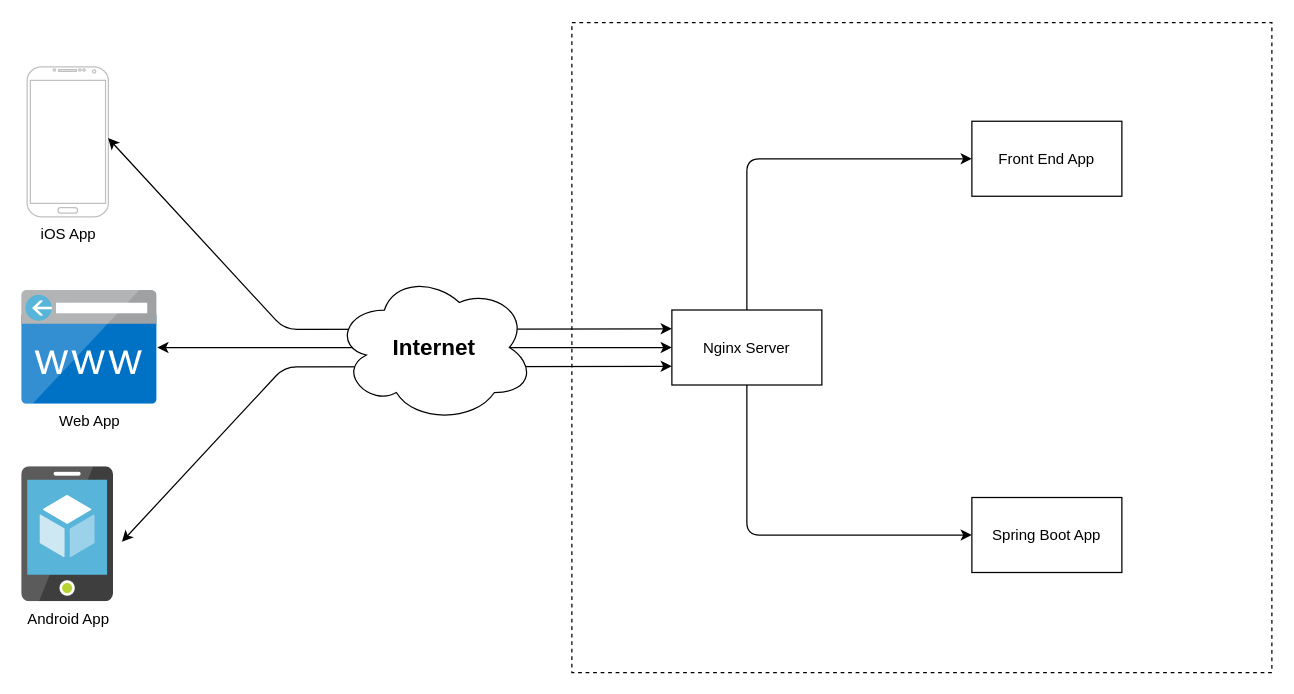
Above: Untitled Diagram.drawio in abelo003/models (draw.io), before the change. Source tidied: cells renumbered, new cells numbered last; positions are measured from the earlier drawing's top-left corner, leaving out a move shared by most shapes. Both pictures are drawn from the tidied source at 125%, with x=0, y=0 at pixel (21, 21).
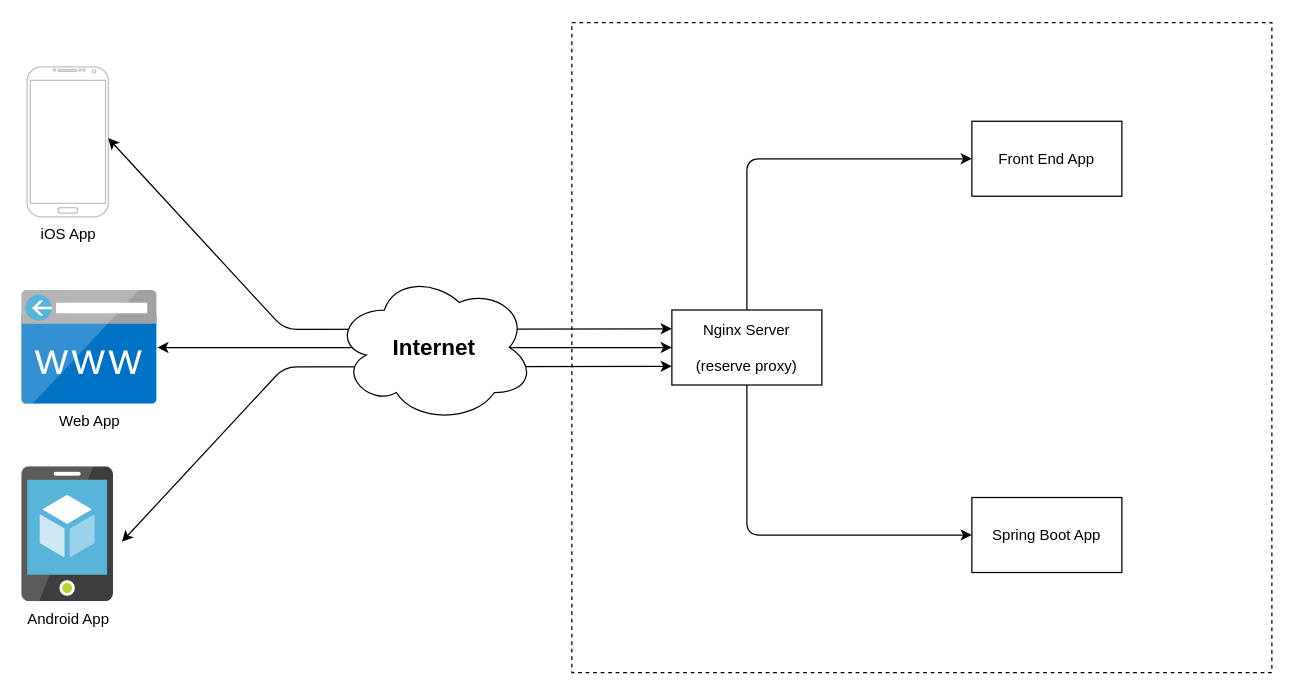
Above is the later version.

The edit, as a diff of the source:
```diff
@@
-    <mxCell id="3" value="&lt;div&gt;Nginx Server&lt;/div&gt;" style="rounded=0;whiteSpace=wrap;html=1;" parent="1" vertex="1">
+    <mxCell id="3" value="&lt;div&gt;Nginx Server&lt;/div&gt;&lt;div&gt;&lt;br&gt;&lt;/div&gt;&lt;div&gt;(reserve proxy)&lt;br&gt;&lt;/div&gt;" style="rounded=0;whiteSpace=wrap;html=1;" parent="1" vertex="1">
       <mxGeometry x="520" y="230.5" width="120" height="60" as="geometry" />
     </mxCell>
```
